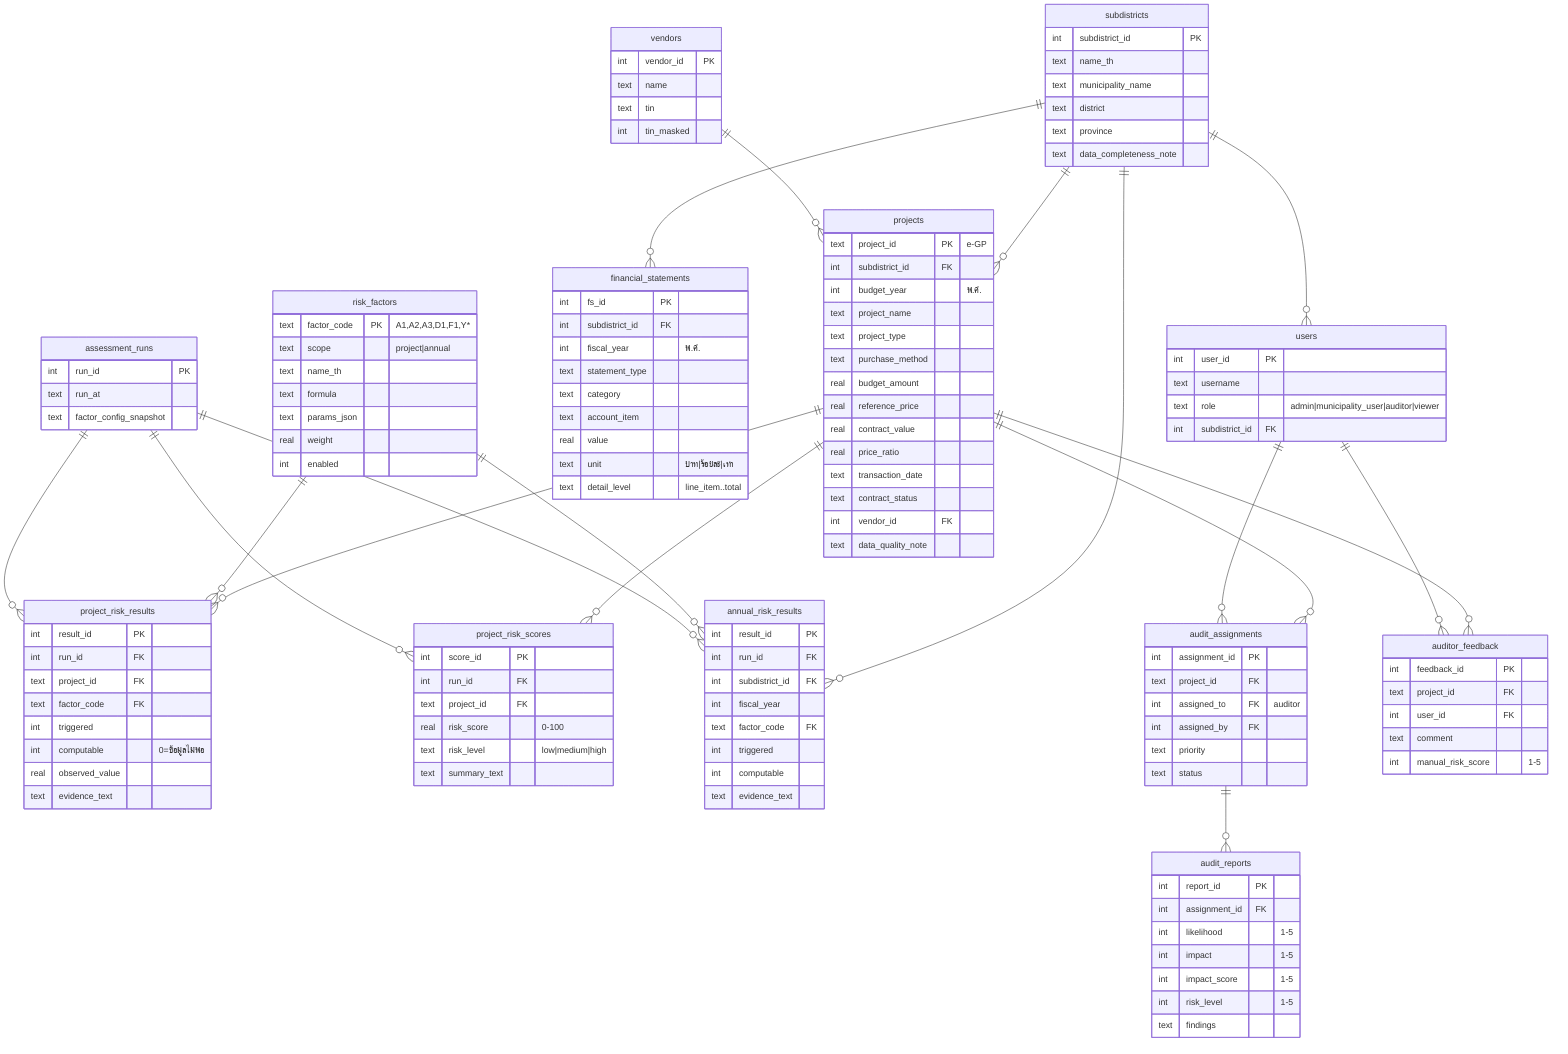
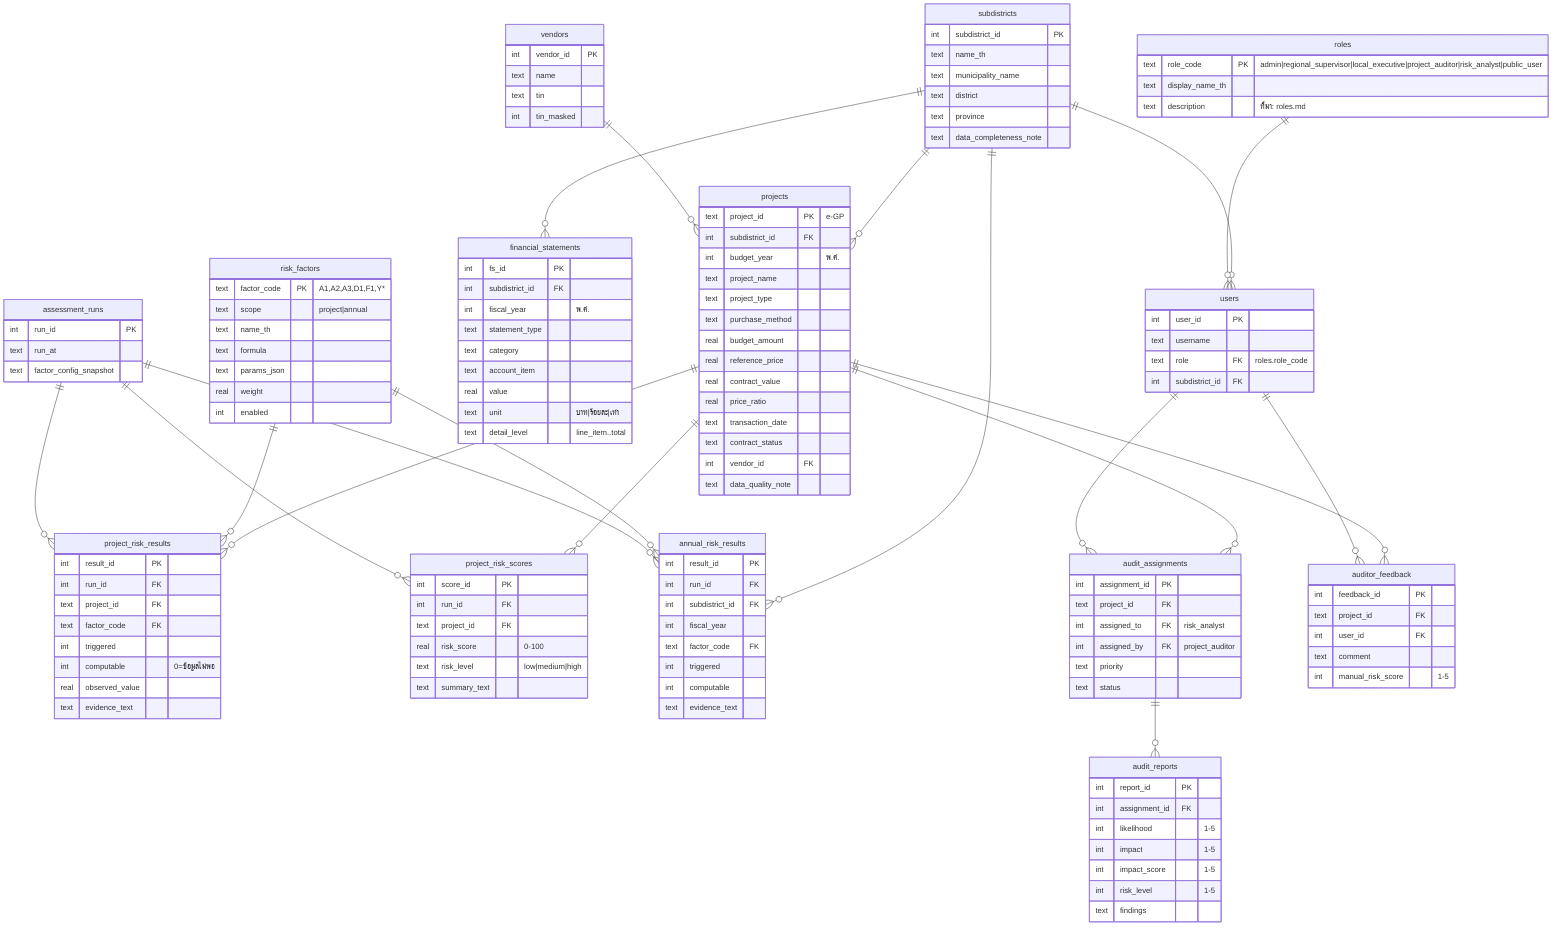
erDiagram
    subdistricts {
        int subdistrict_id PK
        text name_th
        text municipality_name
        text district
        text province
        text data_completeness_note
    }
    vendors {
        int vendor_id PK
        text name
        text tin
        int tin_masked
    }
+     roles {
+         text role_code PK "admin|regional_supervisor|local_executive|project_auditor|risk_analyst|public_user"
+         text display_name_th
+         text description "ที่มา: roles.md"
+     }
    users {
        int user_id PK
        text username
-         text role "admin|municipality_user|auditor|viewer"
+         text role FK "roles.role_code"
        int subdistrict_id FK
    }
    projects {
        text project_id PK "e-GP"
        int subdistrict_id FK
        int budget_year "พ.ศ."
        text project_name
        text project_type
        text purchase_method
        real budget_amount
        real reference_price
        real contract_value
        real price_ratio
        text transaction_date
        text contract_status
        int vendor_id FK
        text data_quality_note
    }
    financial_statements {
        int fs_id PK
        int subdistrict_id FK
        int fiscal_year "พ.ศ."
        text statement_type
        text category
        text account_item
        real value
        text unit "บาท|ร้อยละ|เท่า"
        text detail_level "line_item..total"
    }
    risk_factors {
        text factor_code PK "A1,A2,A3,D1,F1,Y*"
        text scope "project|annual"
        text name_th
        text formula
        text params_json
        real weight
        int enabled
    }
    assessment_runs {
        int run_id PK
        text run_at
        text factor_config_snapshot
    }
    project_risk_results {
        int result_id PK
        int run_id FK
        text project_id FK
        text factor_code FK
        int triggered
        int computable "0=ข้อมูลไม่พอ"
        real observed_value
        text evidence_text
    }
    project_risk_scores {
        int score_id PK
        int run_id FK
        text project_id FK
        real risk_score "0-100"
        text risk_level "low|medium|high"
        text summary_text
    }
    annual_risk_results {
        int result_id PK
        int run_id FK
        int subdistrict_id FK
        int fiscal_year
        text factor_code FK
        int triggered
        int computable
        text evidence_text
    }
    audit_assignments {
        int assignment_id PK
        text project_id FK
-         int assigned_to FK "auditor"
-         int assigned_by FK
+         int assigned_to FK "risk_analyst"
+         int assigned_by FK "project_auditor"
        text priority
        text status
    }
    audit_reports {
        int report_id PK
        int assignment_id FK
        int likelihood "1-5"
        int impact "1-5"
        int impact_score "1-5"
        int risk_level "1-5"
        text findings
    }
    auditor_feedback {
        int feedback_id PK
        text project_id FK
        int user_id FK
        text comment
        int manual_risk_score "1-5"
    }

    subdistricts ||--o{ projects : ""
    subdistricts ||--o{ financial_statements : ""
    subdistricts ||--o{ annual_risk_results : ""
    subdistricts ||--o{ users : ""
+     roles ||--o{ users : ""
    vendors ||--o{ projects : ""
    projects ||--o{ project_risk_results : ""
    projects ||--o{ project_risk_scores : ""
    projects ||--o{ audit_assignments : ""
    projects ||--o{ auditor_feedback : ""
    risk_factors ||--o{ project_risk_results : ""
    risk_factors ||--o{ annual_risk_results : ""
    assessment_runs ||--o{ project_risk_results : ""
    assessment_runs ||--o{ annual_risk_results : ""
    assessment_runs ||--o{ project_risk_scores : ""
    users ||--o{ audit_assignments : ""
    audit_assignments ||--o{ audit_reports : ""
    users ||--o{ auditor_feedback : ""
